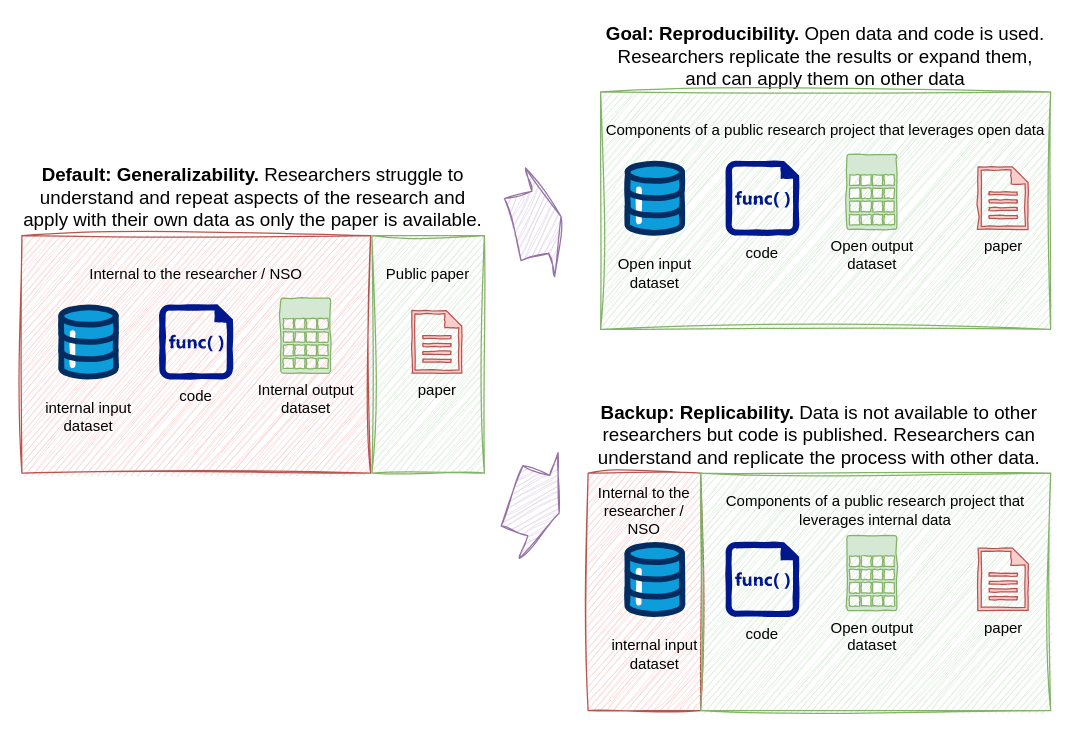
Earlier version of the draw.io diagram docs/images/reserarch-objects.drawio (sergegoussev/reproducibility-project). Source tidied: cells renumbered, new cells numbered last; positions are measured from the earlier drawing's top-left corner, leaving out a move shared by most shapes. Both pictures are drawn from the tidied source at 125%, with x=0, y=0 at pixel (21, 22).
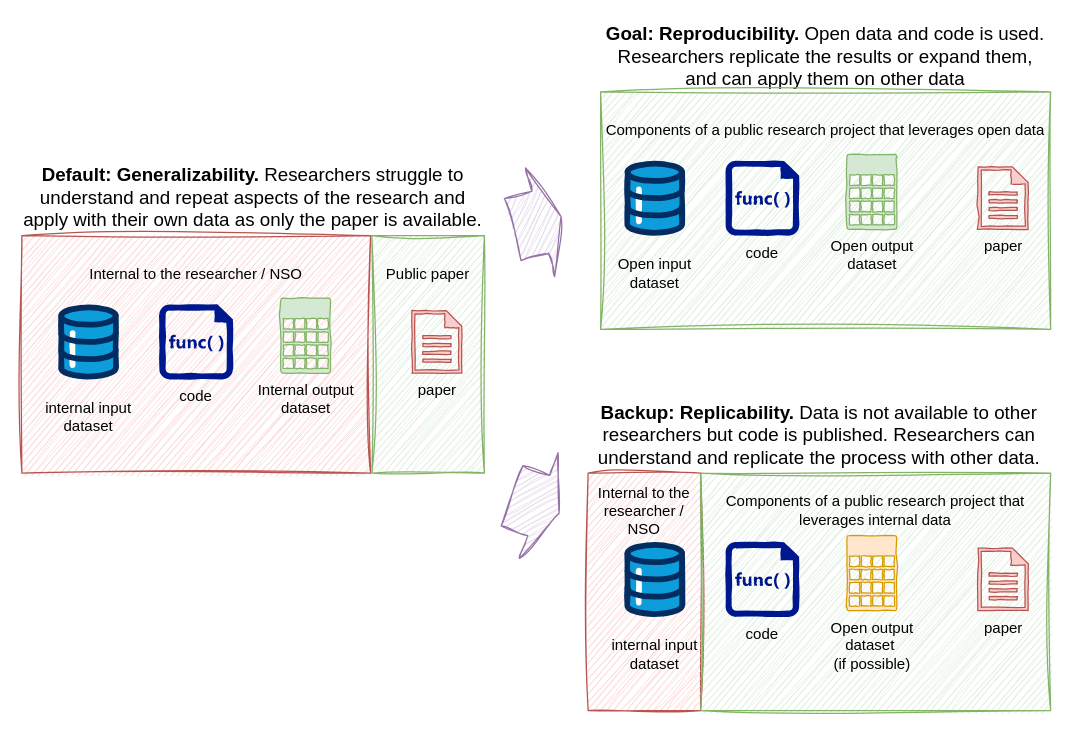
The same page after the edit.

What changed in the source:
```diff
@@
-    <mxCell id="23" value="Open output &lt;br&gt;dataset" style="verticalLabelPosition=bottom;html=1;verticalAlign=top;align=center;strokeColor=#82b366;fillColor=#d5e8d4;shape=mxgraph.azure.storage;sketch=1;curveFitting=1;jiggle=2;sketchStyle=comic;" parent="1" vertex="1">
+    <mxCell id="23" value="Open output &lt;br&gt;dataset&amp;nbsp;&lt;br&gt;(if possible)" style="verticalLabelPosition=bottom;html=1;verticalAlign=top;align=center;strokeColor=#d79b00;fillColor=#ffe6cc;shape=mxgraph.azure.storage;sketch=1;curveFitting=1;jiggle=2;sketchStyle=comic;" parent="1" vertex="1">
       <mxGeometry x="660" y="410" width="40" height="60" as="geometry" />
     </mxCell>
```
